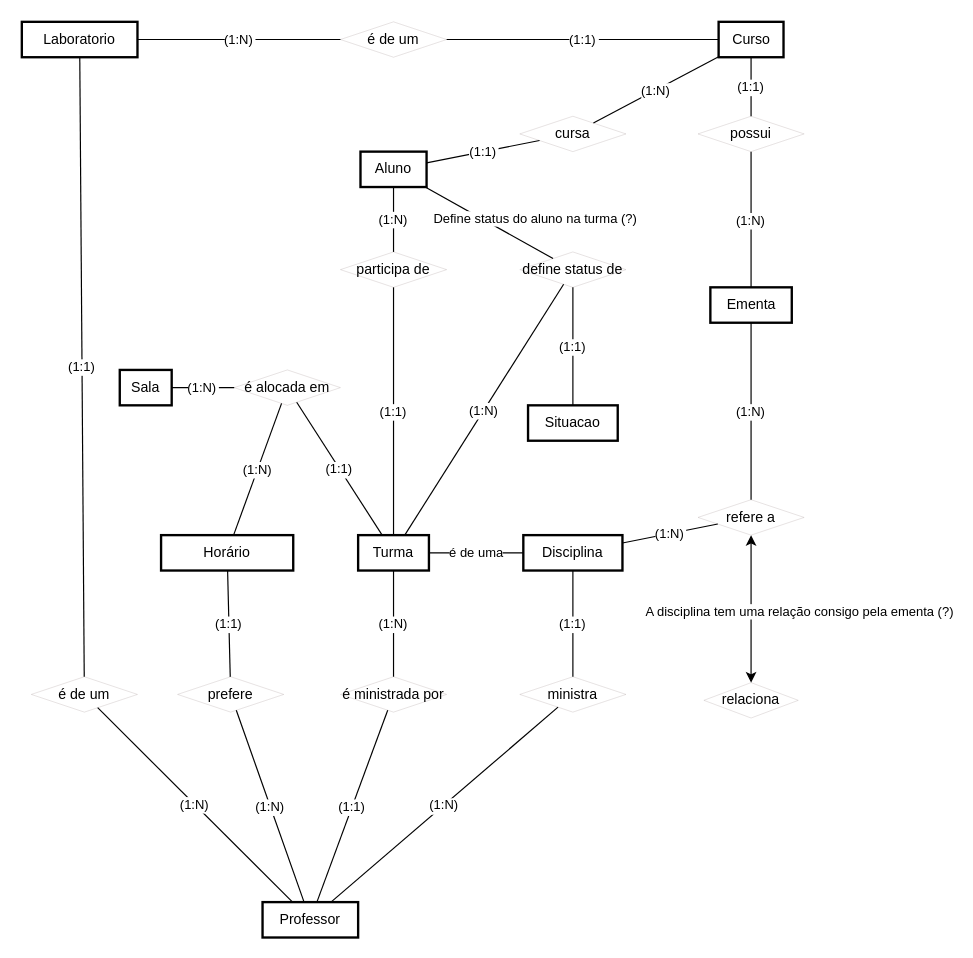
The draw.io diagram page "Conceitual" (3 of 8) of Files/Texto/Markdown/Diagrama ER.drawio in UENF-Organizacao-de-Disciplinas/INF01131-Monografia, before the edit. Source tidied: cells renumbered, new cells numbered last; positions are measured from the earlier drawing's top-left corner, leaving out a move shared by most shapes. Both pictures are drawn from the tidied source at 118%, with x=0, y=0 at pixel (21, 21).
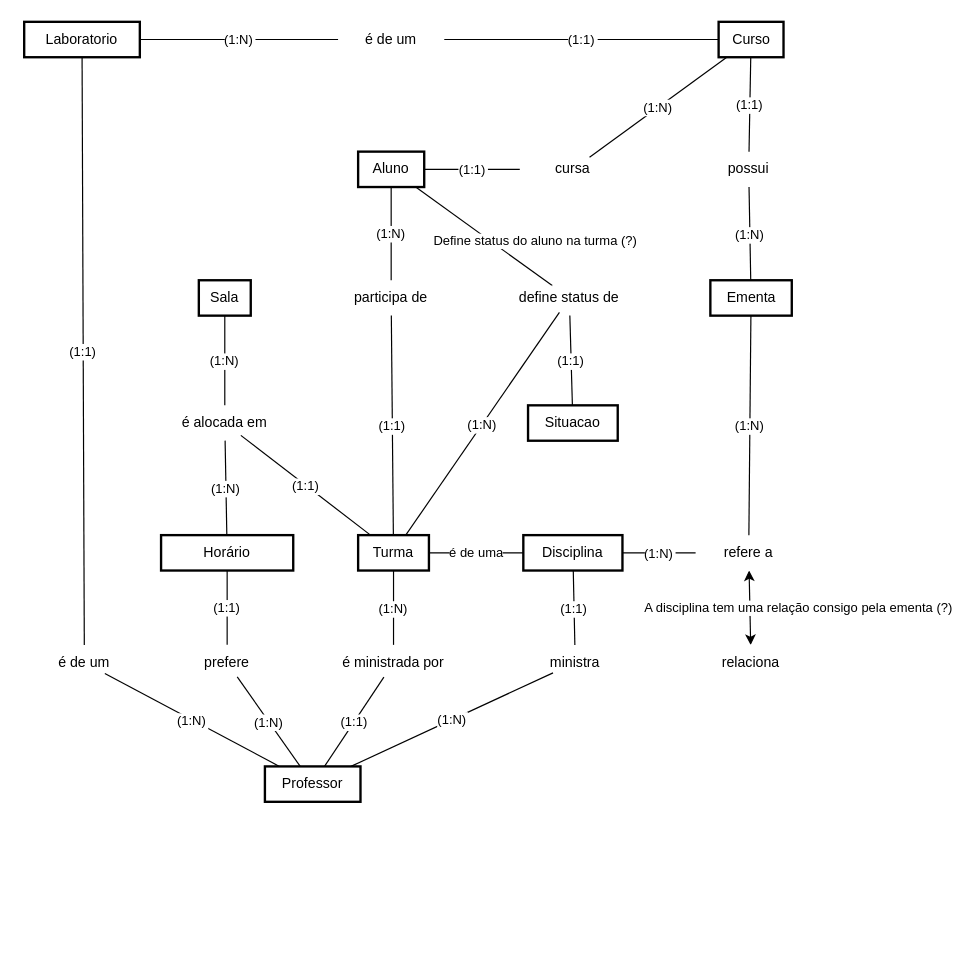
The same diagram, later.

What changed in the source:
```diff
@@
     <mxCell id="2" value="Aluno" style="whiteSpace=wrap;strokeWidth=2;" parent="1" vertex="1">
-      <mxGeometry x="287" y="110" width="56" height="30" as="geometry" />
+      <mxGeometry x="285" y="110" width="56" height="30" as="geometry" />
     </mxCell>
-    <mxCell id="3" value="cursa" style="rhombus;strokeWidth=0;whiteSpace=wrap;fillColor=none;strokeColor=#310c0c;" parent="1" vertex="1">
-      <mxGeometry x="422" y="80" width="90" height="30" as="geometry" />
+    <mxCell id="3" value="cursa" style="rhombus;strokeWidth=1;whiteSpace=wrap;fillColor=none;strokeColor=#FFFFFF;" parent="1" vertex="1">
+      <mxGeometry x="422" y="110" width="90" height="30" as="geometry" />
     </mxCell>
@@
-    <mxCell id="5" value="possui" style="rhombus;strokeWidth=0;whiteSpace=wrap;fillColor=none;strokeColor=#310c0c;" parent="1" vertex="1">
-      <mxGeometry x="573" y="80" width="90" height="30" as="geometry" />
+    <mxCell id="5" value="possui" style="rhombus;strokeWidth=1;whiteSpace=wrap;fillColor=none;strokeColor=#FFFFFF;" parent="1" vertex="1">
+      <mxGeometry x="571" y="110" width="90" height="30" as="geometry" />
     </mxCell>
     <mxCell id="6" value="Ementa" style="whiteSpace=wrap;strokeWidth=2;" parent="1" vertex="1">
-      <mxGeometry x="583.5" y="225" width="69" height="30" as="geometry" />
+      <mxGeometry x="583.5" y="219" width="69" height="30" as="geometry" />
     </mxCell>
-    <mxCell id="7" value="é de um" style="rhombus;strokeWidth=0;whiteSpace=wrap;fillColor=none;strokeColor=#310c0c;" parent="1" vertex="1">
-      <mxGeometry x="270" width="90" height="30" as="geometry" />
+    <mxCell id="7" value="é de um" style="rhombus;strokeWidth=1;whiteSpace=wrap;fillColor=none;strokeColor=#FFFFFF;" parent="1" vertex="1">
+      <mxGeometry x="268" width="90" height="30" as="geometry" />
     </mxCell>
     <mxCell id="8" value="Laboratorio" style="whiteSpace=wrap;strokeWidth=2;" parent="1" vertex="1">
-      <mxGeometry width="98" height="30" as="geometry" />
+      <mxGeometry x="2" width="98" height="30" as="geometry" />
     </mxCell>
-    <mxCell id="9" value="é de um" style="rhombus;strokeWidth=0;whiteSpace=wrap;fillColor=none;strokeColor=#310c0c;" parent="1" vertex="1">
-      <mxGeometry x="8" y="555" width="90" height="30" as="geometry" />
+    <mxCell id="9" value="é de um" style="rhombus;strokeWidth=1;whiteSpace=wrap;fillColor=none;strokeColor=#FFFFFF;" parent="1" vertex="1">
+      <mxGeometry x="8" y="528" width="90" height="30" as="geometry" />
     </mxCell>
@@
-    <mxCell id="13" value="ministra" style="rhombus;strokeWidth=0;whiteSpace=wrap;fillColor=none;strokeColor=#310c0c;" parent="1" vertex="1">
-      <mxGeometry x="422" y="555" width="90" height="30" as="geometry" />
+    <mxCell id="13" value="ministra" style="rhombus;strokeWidth=1;whiteSpace=wrap;fillColor=none;strokeColor=#FFFFFF;" parent="1" vertex="1">
+      <mxGeometry x="424" y="528" width="90" height="30" as="geometry" />
     </mxCell>
-    <mxCell id="14" value="refere a" style="rhombus;strokeWidth=0;whiteSpace=wrap;fillColor=none;strokeColor=#310c0c;" parent="1" vertex="1">
-      <mxGeometry x="573" y="405" width="90" height="30" as="geometry" />
+    <mxCell id="14" value="refere a" style="rhombus;strokeWidth=1;whiteSpace=wrap;fillColor=none;strokeColor=#FFFFFF;" parent="1" vertex="1">
+      <mxGeometry x="571" y="435" width="90" height="30" as="geometry" />
     </mxCell>
-    <mxCell id="15" value="participa de" style="rhombus;strokeWidth=0;whiteSpace=wrap;fillColor=none;strokeColor=#310c0c;" parent="1" vertex="1">
-      <mxGeometry x="270" y="195" width="90" height="30" as="geometry" />
+    <mxCell id="15" value="participa de" style="rhombus;strokeWidth=1;whiteSpace=wrap;fillColor=none;strokeColor=#FFFFFF;" parent="1" vertex="1">
+      <mxGeometry x="268" y="219" width="90" height="30" as="geometry" />
     </mxCell>
-    <mxCell id="16" value="é ministrada por" style="rhombus;strokeWidth=0;whiteSpace=wrap;fillColor=none;strokeColor=#310c0c;" parent="1" vertex="1">
-      <mxGeometry x="270" y="555" width="90" height="30" as="geometry" />
+    <mxCell id="16" value="é ministrada por" style="rhombus;strokeWidth=1;whiteSpace=wrap;fillColor=none;strokeColor=#FFFFFF;" parent="1" vertex="1">
+      <mxGeometry x="270" y="528" width="90" height="30" as="geometry" />
     </mxCell>
@@
-    <mxCell id="36" value="define status de" style="rhombus;strokeWidth=0;whiteSpace=wrap;fillColor=none;strokeColor=#310c0c;" parent="1" vertex="1">
-      <mxGeometry x="422" y="195" width="90" height="30" as="geometry" />
+    <mxCell id="36" value="define status de" style="rhombus;strokeWidth=1;whiteSpace=wrap;fillColor=none;strokeColor=#FFFFFF;" parent="1" vertex="1">
+      <mxGeometry x="419" y="219" width="90" height="30" as="geometry" />
     </mxCell>
@@
-    <mxCell id="40" value="é alocada em" style="rhombus;strokeWidth=0;whiteSpace=wrap;fillColor=none;strokeColor=#310c0c;" parent="1" vertex="1">
-      <mxGeometry x="180" y="295" width="90" height="30" as="geometry" />
+    <mxCell id="40" value="é alocada em" style="rhombus;strokeWidth=1;whiteSpace=wrap;fillColor=none;strokeColor=#FFFFFF;" parent="1" vertex="1">
+      <mxGeometry x="127" y="325" width="90" height="30" as="geometry" />
     </mxCell>
@@
     <mxCell id="42" value="Sala" style="whiteSpace=wrap;strokeWidth=2;" parent="1" vertex="1">
-      <mxGeometry x="83" y="295" width="44" height="30" as="geometry" />
+      <mxGeometry x="150" y="219" width="44" height="30" as="geometry" />
     </mxCell>
@@
     <mxCell id="46" value="Professor" style="whiteSpace=wrap;strokeWidth=2;" parent="1" vertex="1">
-      <mxGeometry x="204" y="746" width="81" height="30" as="geometry" />
+      <mxGeometry x="206" y="631" width="81" height="30" as="geometry" />
     </mxCell>
-    <mxCell id="47" value="prefere" style="rhombus;strokeWidth=0;whiteSpace=wrap;fillColor=none;strokeColor=#310c0c;" parent="1" vertex="1">
-      <mxGeometry x="132" y="555" width="90" height="30" as="geometry" />
+    <mxCell id="47" value="prefere" style="rhombus;strokeWidth=1;whiteSpace=wrap;fillColor=none;strokeColor=#FFFFFF;" parent="1" vertex="1">
+      <mxGeometry x="129" y="528" width="90" height="30" as="geometry" />
     </mxCell>
@@
-    <mxCell id="50" value="relaciona" style="rhombus;whiteSpace=wrap;html=1;strokeWidth=0;fillColor=none;strokeColor=#310c0c;" parent="1" vertex="1">
-      <mxGeometry x="578" y="560" width="80" height="30" as="geometry" />
+    <mxCell id="50" value="relaciona" style="rhombus;whiteSpace=wrap;html=1;strokeWidth=1;fillColor=none;strokeColor=#FFFFFF;" parent="1" vertex="1">
+      <mxGeometry x="578" y="528" width="80" height="30" as="geometry" />
     </mxCell>
```
